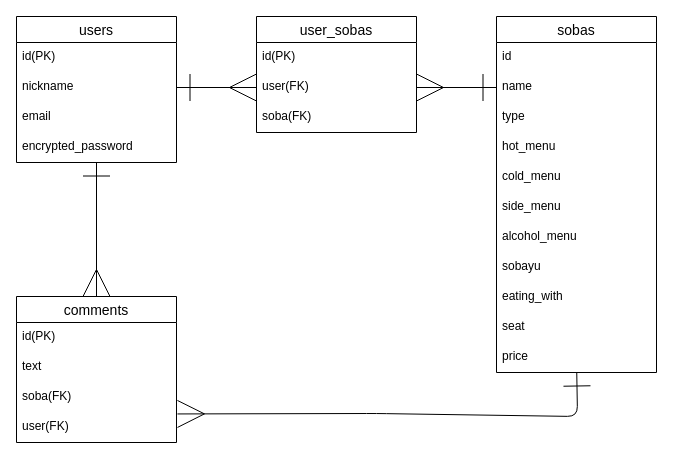
Above: er.dio in YAZU1227/sobalog (draw.io), before the change. Source tidied: cells renumbered, new cells numbered last; positions are measured from the earlier drawing's top-left corner, leaving out a move shared by most shapes. Both pictures are drawn from the tidied source at 100%, with x=0, y=0 at pixel (16, 16).
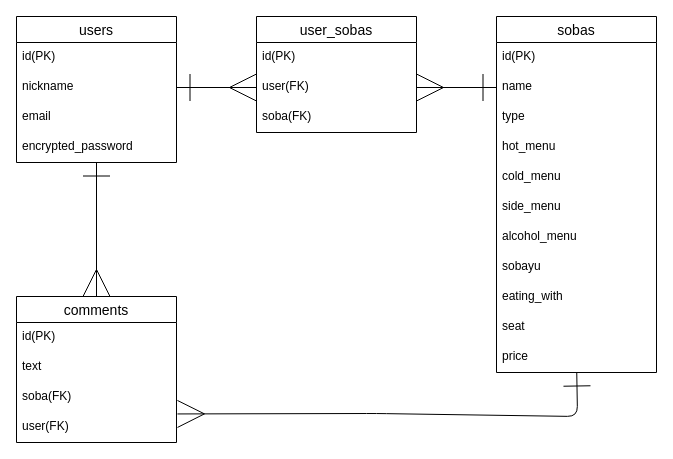
The same diagram, later.

The change refers to these unchanged cells:
```xml
<mxCell id="7" value="sobas" style="swimlane;fontStyle=0;horizontal=1;startSize=26;align=center;fontSize=14;" parent="1" vertex="1">
  <mxGeometry x="480" width="160" height="356" as="geometry" />
</mxCell>
```

Change to the diagram source:
```diff
@@
-    <mxCell id="8" value="id" style="text;strokeColor=none;fillColor=none;spacingLeft=4;spacingRight=4;overflow=hidden;fontSize=12;" parent="7" vertex="1">
+    <mxCell id="8" value="id(PK)&#10;&#10;&#10;&#10;" style="text;strokeColor=none;fillColor=none;spacingLeft=4;spacingRight=4;overflow=hidden;fontSize=12;" parent="7" vertex="1">
       <mxGeometry y="26" width="160" height="30" as="geometry" />
     </mxCell>
```
